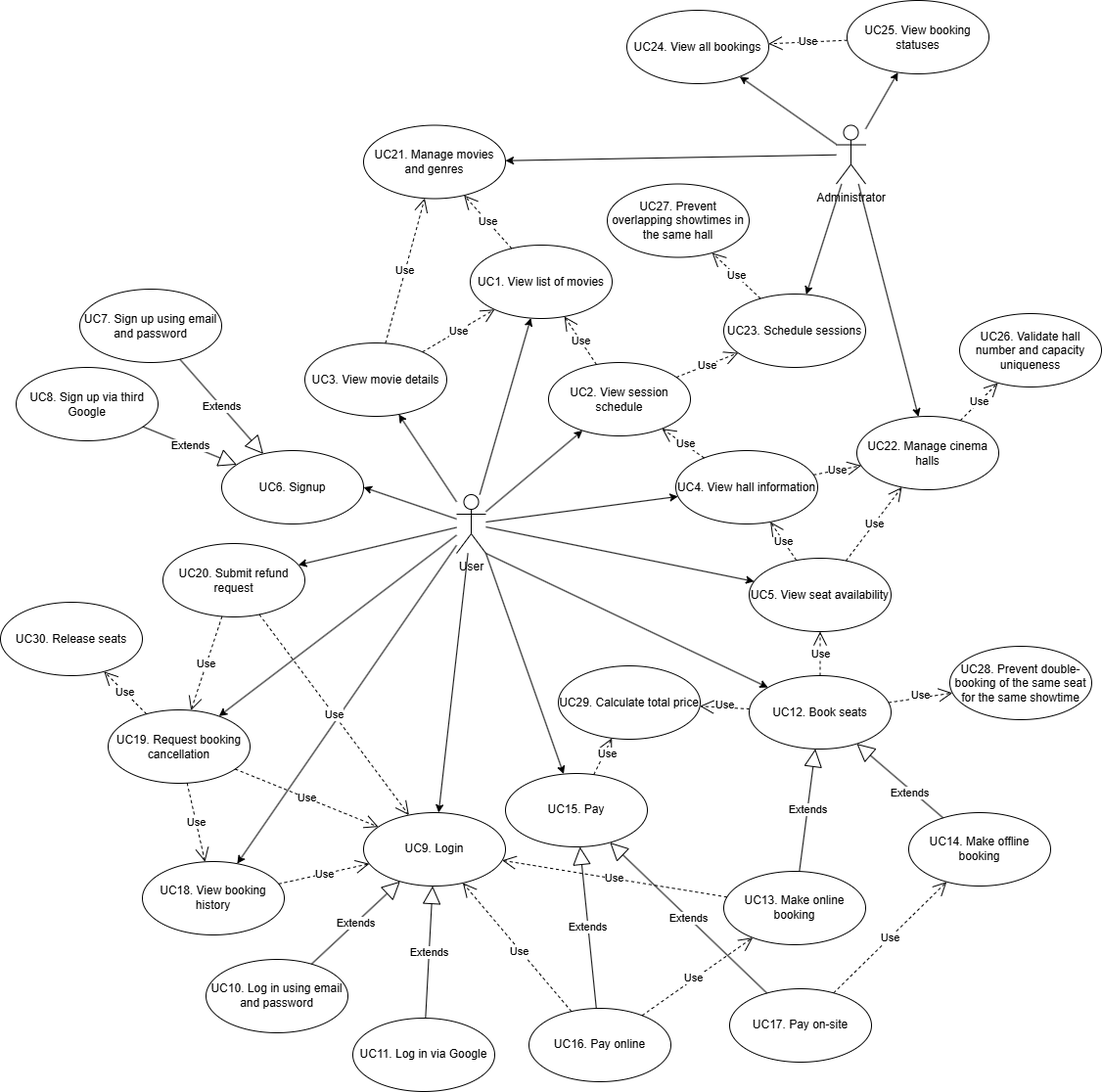
Fererra/KPI keeps this draw.io diagram as Lab2/uc-diagram.drawio.png. Above is the earlier version. Source tidied: cells renumbered, new cells last; positions are measured from the earlier drawing's top-left corner, leaving out a move shared by most shapes.
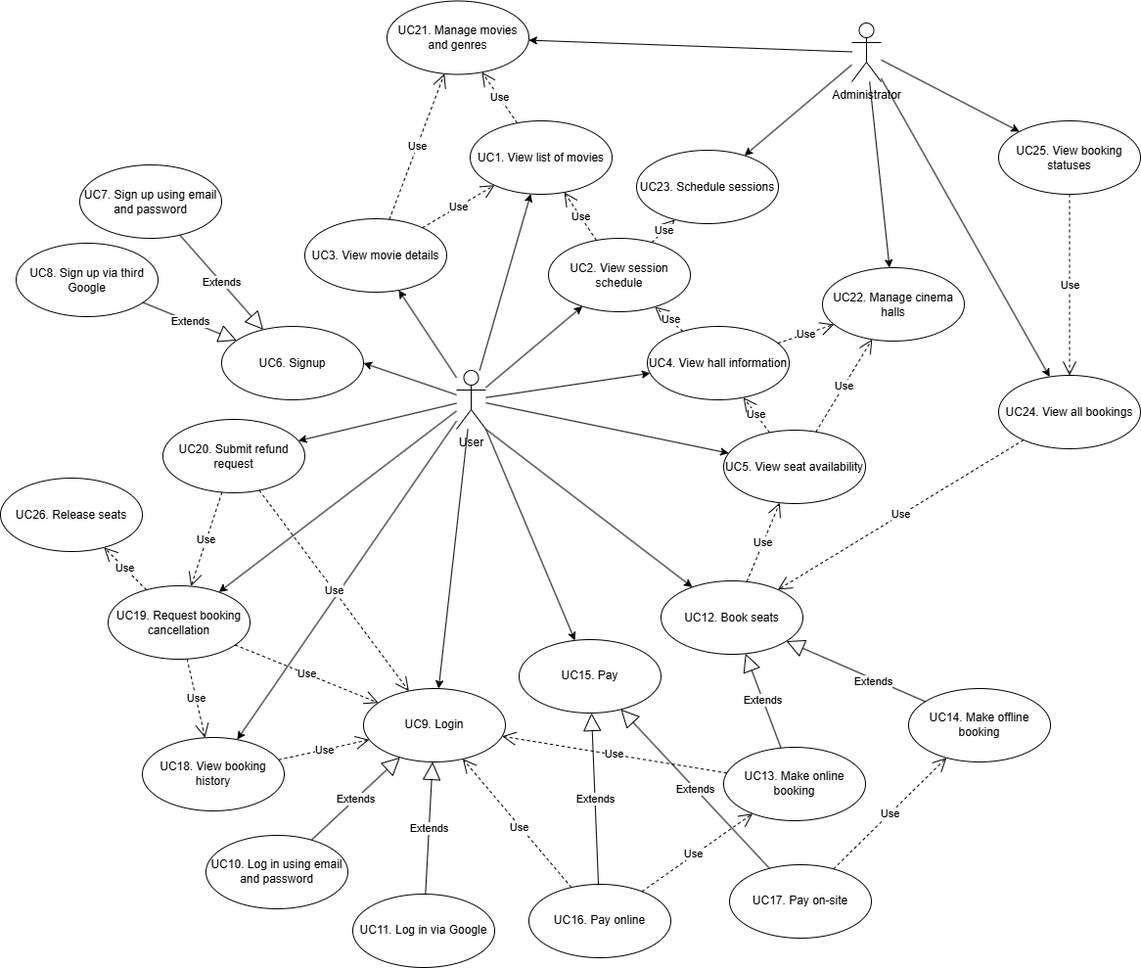
After the change.

The edit, as a diff of the source:
```diff
@@ -51,7 +51,7 @@
       <mxGeometry relative="1" as="geometry" />
     </mxCell>
     <mxCell id="18" value="Administrator" style="shape=umlActor;verticalLabelPosition=bottom;verticalAlign=top;html=1;" parent="1" vertex="1">
-      <mxGeometry x="854" y="127.5" width="30" height="60" as="geometry" />
+      <mxGeometry x="870" y="150" width="30" height="60" as="geometry" />
     </mxCell>
     <mxCell id="19" value="UC1. View list of movies" style="ellipse;whiteSpace=wrap;html=1;" parent="1" vertex="1">
       <mxGeometry x="480" y="250" width="145" height="75" as="geometry" />
@@ -63,10 +63,10 @@
       <mxGeometry x="311" y="350" width="145" height="75" as="geometry" />
     </mxCell>
     <mxCell id="22" value="UC4. View hall information" style="ellipse;whiteSpace=wrap;html=1;" parent="1" vertex="1">
-      <mxGeometry x="690" y="460" width="145" height="75" as="geometry" />
+      <mxGeometry x="661" y="460" width="145" height="75" as="geometry" />
     </mxCell>
     <mxCell id="23" value="UC5. View seat availability" style="ellipse;whiteSpace=wrap;html=1;" parent="1" vertex="1">
-      <mxGeometry x="765" y="570" width="145" height="75" as="geometry" />
+      <mxGeometry x="739" y="566" width="145" height="75" as="geometry" />
     </mxCell>
     <mxCell id="24" value="UC6. Signup" style="ellipse;whiteSpace=wrap;html=1;" parent="1" vertex="1">
       <mxGeometry x="226" y="460" width="145" height="75" as="geometry" />
@@ -87,7 +87,7 @@
       <mxGeometry x="360" y="1040" width="145" height="75" as="geometry" />
     </mxCell>
     <mxCell id="30" value="UC12. Book seats" style="ellipse;whiteSpace=wrap;html=1;" parent="1" vertex="1">
-      <mxGeometry x="765" y="690" width="145" height="75" as="geometry" />
+      <mxGeometry x="675" y="720" width="145" height="75" as="geometry" />
     </mxCell>
     <mxCell id="31" value="UC13. Make online booking" style="ellipse;whiteSpace=wrap;html=1;" parent="1" vertex="1">
       <mxGeometry x="739" y="890" width="145" height="75" as="geometry" />
@@ -96,7 +96,7 @@
       <mxGeometry x="928" y="830" width="145" height="75" as="geometry" />
     </mxCell>
     <mxCell id="33" value="UC15. Pay" style="ellipse;whiteSpace=wrap;html=1;" parent="1" vertex="1">
-      <mxGeometry x="516" y="790" width="145" height="75" as="geometry" />
+      <mxGeometry x="530" y="780" width="145" height="75" as="geometry" />
     </mxCell>
     <mxCell id="34" value="UC16. Pay online" style="ellipse;whiteSpace=wrap;html=1;" parent="1" vertex="1">
       <mxGeometry x="540" y="1030" width="145" height="75" as="geometry" />
@@ -114,33 +114,21 @@
       <mxGeometry x="166" y="555" width="145" height="75" as="geometry" />
     </mxCell>
     <mxCell id="39" value="UC21. Manage movies and genres" style="ellipse;whiteSpace=wrap;html=1;" parent="1" vertex="1">
-      <mxGeometry x="371" y="127.5" width="145" height="75" as="geometry" />
+      <mxGeometry x="395" y="127.5" width="145" height="75" as="geometry" />
     </mxCell>
     <mxCell id="40" value="UC22. Manage cinema halls" style="ellipse;whiteSpace=wrap;html=1;" parent="1" vertex="1">
-      <mxGeometry x="875" y="425" width="145" height="75" as="geometry" />
+      <mxGeometry x="840" y="400" width="145" height="75" as="geometry" />
     </mxCell>
     <mxCell id="41" value="UC23. Schedule sessions" style="ellipse;whiteSpace=wrap;html=1;" parent="1" vertex="1">
-      <mxGeometry x="739" y="300" width="145" height="75" as="geometry" />
+      <mxGeometry x="650" y="280" width="145" height="75" as="geometry" />
     </mxCell>
     <mxCell id="42" value="UC24. View all bookings" style="ellipse;whiteSpace=wrap;html=1;" parent="1" vertex="1">
-      <mxGeometry x="640" y="10" width="145" height="75" as="geometry" />
+      <mxGeometry x="1020" y="510" width="145" height="75" as="geometry" />
     </mxCell>
     <mxCell id="43" value="UC25. View booking statuses" style="ellipse;whiteSpace=wrap;html=1;" parent="1" vertex="1">
-      <mxGeometry x="865" width="145" height="75" as="geometry" />
+      <mxGeometry x="1020" y="250" width="145" height="75" as="geometry" />
     </mxCell>
-    <mxCell id="44" value="UC26. Validate hall number and capacity uniqueness" style="ellipse;whiteSpace=wrap;html=1;" parent="1" vertex="1">
-      <mxGeometry x="980" y="320" width="145" height="75" as="geometry" />
-    </mxCell>
-    <mxCell id="45" value="UC27. Prevent overlapping showtimes in the same hall" style="ellipse;whiteSpace=wrap;html=1;fontSize=12;" parent="1" vertex="1">
-      <mxGeometry x="620" y="187.5" width="145" height="75" as="geometry" />
-    </mxCell>
-    <mxCell id="46" value="UC28. Prevent double-booking of the same seat for the same showtime" style="ellipse;whiteSpace=wrap;html=1;fontSize=12;" parent="1" vertex="1">
-      <mxGeometry x="970" y="660" width="145" height="75" as="geometry" />
-    </mxCell>
-    <mxCell id="47" value="UC29. Calculate total price" style="ellipse;whiteSpace=wrap;html=1;" parent="1" vertex="1">
-      <mxGeometry x="570" y="680" width="145" height="75" as="geometry" />
-    </mxCell>
-    <mxCell id="48" value="UC30. Release seats" style="ellipse;whiteSpace=wrap;html=1;" parent="1" vertex="1">
+    <mxCell id="48" value="UC26. Release seats" style="ellipse;whiteSpace=wrap;html=1;" parent="1" vertex="1">
       <mxGeometry y="615" width="145" height="75" as="geometry" />
     </mxCell>
     <mxCell id="49" value="Use" style="endArrow=open;endSize=12;dashed=1;html=1;rounded=0;" parent="1" edge="1" source="22" target="20">
@@ -200,12 +188,6 @@
     <mxCell id="67" value="Use" style="endArrow=open;endSize=12;dashed=1;html=1;rounded=0;" parent="1" edge="1" source="37" target="48">
       <mxGeometry relative="1" as="geometry" />
     </mxCell>
-    <mxCell id="68" value="Use" style="endArrow=open;endSize=12;dashed=1;html=1;rounded=0;" parent="1" edge="1" source="30" target="46">
-      <mxGeometry x="0.01" y="3" relative="1" as="geometry" />
-    </mxCell>
-    <mxCell id="69" value="Use" style="endArrow=open;endSize=12;dashed=1;html=1;rounded=0;" parent="1" edge="1" source="30" target="47">
-      <mxGeometry y="-3" relative="1" as="geometry" />
-    </mxCell>
     <mxCell id="70" value="Use" style="endArrow=open;endSize=12;dashed=1;html=1;rounded=0;" parent="1" edge="1" source="36" target="27">
       <mxGeometry relative="1" as="geometry" />
     </mxCell>
@@ -224,15 +206,6 @@
     <mxCell id="75" value="Use" style="endArrow=open;endSize=12;dashed=1;html=1;rounded=0;" parent="1" edge="1" source="43" target="42">
       <mxGeometry relative="1" as="geometry" />
     </mxCell>
-    <mxCell id="76" value="Use" style="endArrow=open;endSize=12;dashed=1;html=1;rounded=0;" parent="1" edge="1" source="40" target="44">
-      <mxGeometry relative="1" as="geometry" />
-    </mxCell>
-    <mxCell id="77" value="Use" style="endArrow=open;endSize=12;dashed=1;html=1;rounded=0;" parent="1" edge="1" source="41" target="45">
-      <mxGeometry relative="1" as="geometry" />
-    </mxCell>
-    <mxCell id="78" value="Use" style="endArrow=open;endSize=12;dashed=1;html=1;rounded=0;" parent="1" edge="1" source="33" target="47">
-      <mxGeometry x="0.2" y="-3" relative="1" as="geometry" />
-    </mxCell>
     <mxCell id="79" value="Use" style="endArrow=open;endSize=12;dashed=1;html=1;rounded=0;" parent="1" edge="1" source="22" target="40">
       <mxGeometry relative="1" as="geometry" />
     </mxCell>
@@ -251,5 +224,8 @@
     <mxCell id="84" value="Use" style="endArrow=open;endSize=12;dashed=1;html=1;rounded=0;" parent="1" edge="1" source="34" target="27">
       <mxGeometry x="-0.06" y="1" relative="1" as="geometry" />
     </mxCell>
+    <mxCell id="85" value="Use" style="endArrow=open;endSize=12;dashed=1;html=1;rounded=0;" parent="1" edge="1" source="42" target="30">
+      <mxGeometry relative="1" as="geometry" />
+    </mxCell>
   </root>
 </mxGraphModel>
```
